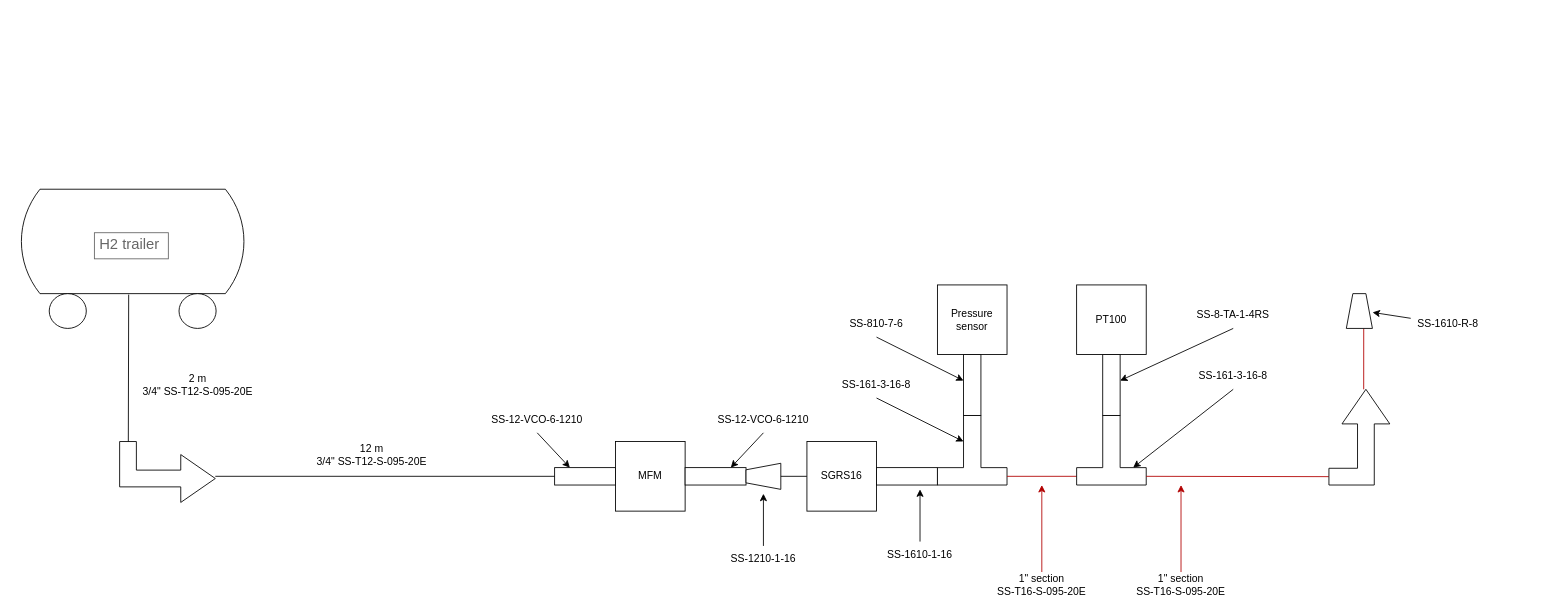
Earlier version of the draw.io diagram deyalyedIgnitionFullsetup.drawio (gatw/draw_io). Source tidied: cells renumbered, new cells numbered last; positions are measured from the earlier drawing's top-left corner, leaving out a move shared by most shapes. Both pictures are drawn from the tidied source at 87%, with x=0, y=0 at pixel (15, 189).
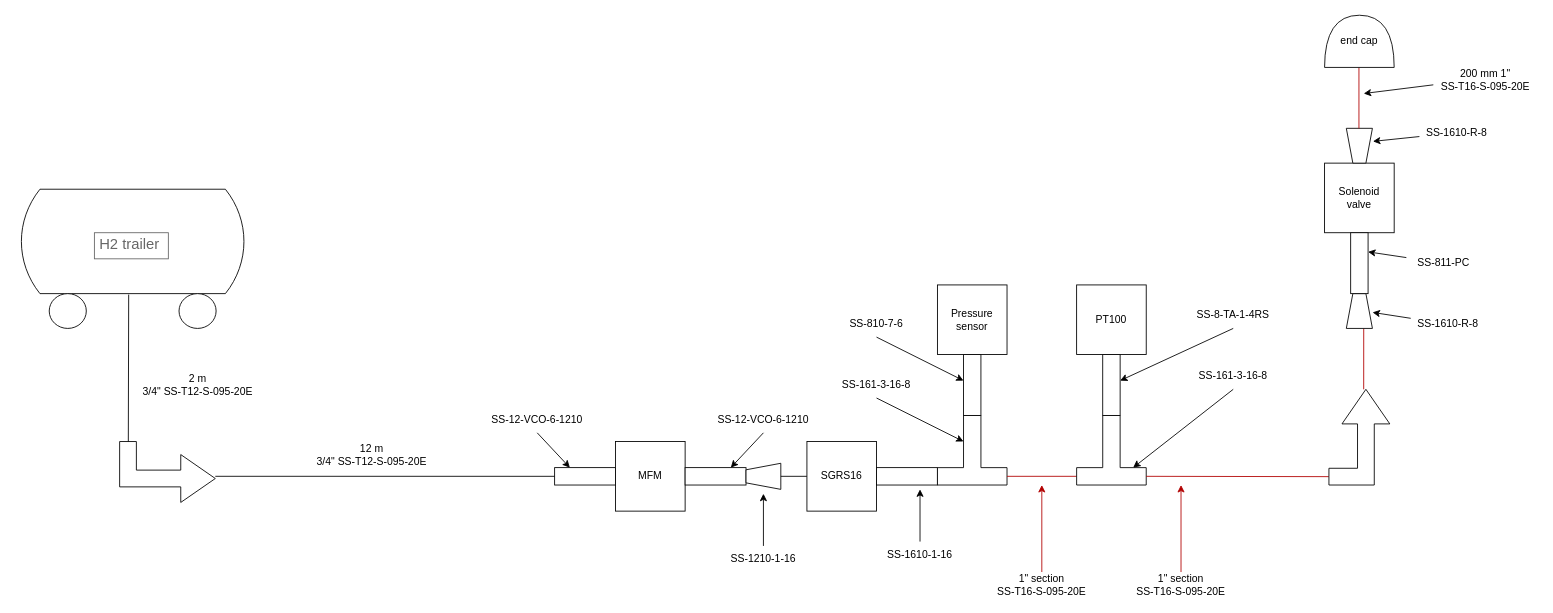
The same diagram, later.

Diff of the diagram source:
```diff
@@
+    <mxCell id="51" value="&lt;div&gt;Solenoid&lt;/div&gt;&lt;div&gt;valve&lt;/div&gt;" style="whiteSpace=wrap;html=1;" parent="1" vertex="1">
+      <mxGeometry x="1505" y="-30" width="80" height="80" as="geometry" />
+    </mxCell>
+    <mxCell id="52" style="rounded=0;whiteSpace=wrap;html=1;rotation=90;" parent="1" vertex="1">
+      <mxGeometry x="1510" y="75" width="70" height="20" as="geometry" />
+    </mxCell>
+    <mxCell id="53" value="SS-811-PC" style="text;html=1;whiteSpace=wrap;strokeColor=none;fillColor=none;align=center;verticalAlign=middle;rounded=0;" parent="1" vertex="1">
+      <mxGeometry x="1599" y="70" width="86" height="30" as="geometry" />
+    </mxCell>
+    <mxCell id="54" style="endArrow=classic;html=1;rounded=0;defaultLabelBackgroundColor=page;entryX=0.46;entryY=1.005;entryDx=0;entryDy=0;entryPerimeter=0;" parent="1" edge="1" source="53">
+      <mxGeometry relative="1" as="geometry">
+        <mxPoint x="1555" y="72" as="targetPoint" />
+      </mxGeometry>
+    </mxCell>
+    <mxCell id="55" style="verticalLabelPosition=bottom;align=center;dashed=0;html=1;verticalAlign=top;shape=mxgraph.pid.piping.concentric_reducer;labelPerimeter=1;rotation=90;" parent="1" vertex="1">
+      <mxGeometry x="1525" y="-65" width="40" height="30" as="geometry" />
+    </mxCell>
+    <mxCell id="56" value="SS-1610-R-8" style="text;html=1;whiteSpace=wrap;strokeColor=none;fillColor=none;align=center;verticalAlign=middle;rounded=0;" parent="1" vertex="1">
+      <mxGeometry x="1614" y="-80" width="86" height="30" as="geometry" />
+    </mxCell>
+    <mxCell id="57" style="endArrow=classic;html=1;rounded=0;defaultLabelBackgroundColor=page;entryX=0.375;entryY=-0.02;entryDx=0;entryDy=0;entryPerimeter=0;" parent="1" edge="1" source="56" target="55">
+      <mxGeometry relative="1" as="geometry" />
+    </mxCell>
+    <mxCell id="58" style="endArrow=none;html=1;rounded=0;defaultLabelBackgroundColor=page;fillColor=#e51400;strokeColor=#B20000;exitX=1;exitY=0.429;exitDx=0;exitDy=0;exitPerimeter=0;" parent="1" edge="1">
+      <mxGeometry relative="1" as="geometry">
+        <mxPoint x="1544.5" y="-70" as="sourcePoint" />
+        <mxPoint x="1544.5" y="-140" as="targetPoint" />
+      </mxGeometry>
+    </mxCell>
+    <mxCell id="59" value="&lt;div&gt;200 mm 1&quot;&lt;/div&gt;&lt;div&gt;SS-T16-S-095-20E&lt;/div&gt;" style="text;html=1;whiteSpace=wrap;strokeColor=none;fillColor=none;align=center;verticalAlign=middle;rounded=0;fontColor=light-dark(#000000,#FF0000);" parent="1" vertex="1">
+      <mxGeometry x="1630" y="-140" width="120" height="30" as="geometry" />
+    </mxCell>
+    <mxCell id="60" style="shape=or;whiteSpace=wrap;html=1;shapeInside=1;rotation=-90;" parent="1" vertex="1">
+      <mxGeometry x="1515" y="-210" width="60" height="80" as="geometry" />
+    </mxCell>
+    <mxCell id="61" value="&lt;div&gt;end cap&lt;/div&gt;" style="text;html=1;whiteSpace=wrap;strokeColor=none;fillColor=none;align=center;verticalAlign=middle;rounded=0;fontColor=light-dark(#000000,#FF0000);" parent="1" vertex="1">
+      <mxGeometry x="1485" y="-185" width="120" height="30" as="geometry" />
+    </mxCell>
+    <mxCell id="62" style="endArrow=classic;html=1;rounded=0;defaultLabelBackgroundColor=page;exitX=0;exitY=0.667;exitDx=0;exitDy=0;exitPerimeter=0;" parent="1" edge="1" source="59">
+      <mxGeometry relative="1" as="geometry">
+        <mxPoint x="1550" y="-110" as="targetPoint" />
+      </mxGeometry>
+    </mxCell>
```
